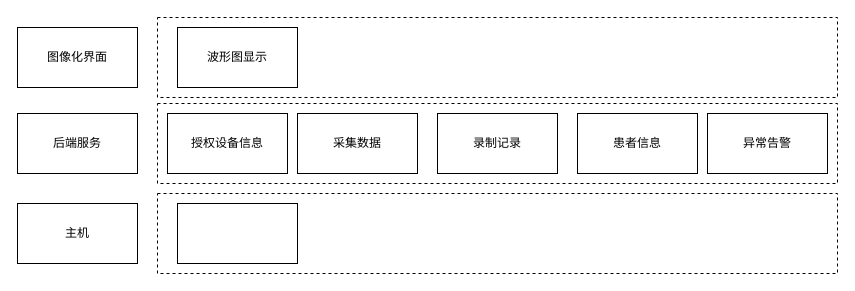
The draw.io diagram 概念设计-关键数据结构.drawio in yz360307/draw, before the edit. Source tidied: cells renumbered, new cells numbered last; positions are measured from the earlier drawing's top-left corner, leaving out a move shared by most shapes. Both pictures are drawn from the tidied source at 100%, with x=0, y=0 at pixel (17, 17).
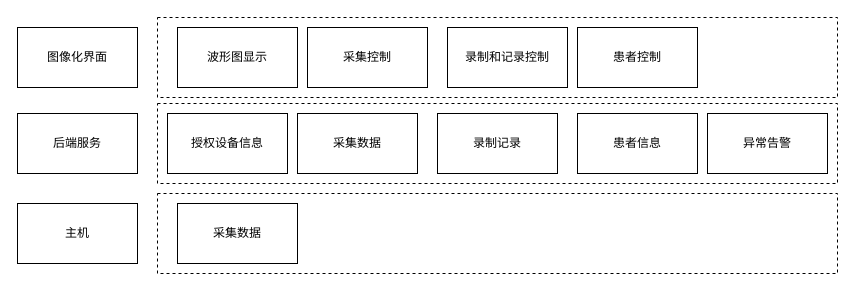
The same diagram, later.

Commit message (it also covers changes not shown here):
更新概念设计-关键数据结构.drawio

Diff of the diagram source:
```diff
@@
 <mxGraphModel>
   <root>
     <mxCell id="0" />
     <mxCell id="1" parent="0" />
     <mxCell id="2" style="rounded=0;whiteSpace=wrap;html=1;dashed=1;" parent="1" vertex="1">
       <mxGeometry x="140" y="86" width="680" height="80" as="geometry" />
     </mxCell>
     <mxCell id="3" style="rounded=0;whiteSpace=wrap;html=1;dashed=1;" parent="1" vertex="1">
       <mxGeometry x="140" width="680" height="80" as="geometry" />
     </mxCell>
     <mxCell id="4" value="图像化界面" style="rounded=0;whiteSpace=wrap;html=1;" parent="1" vertex="1">
       <mxGeometry y="10" width="120" height="60" as="geometry" />
     </mxCell>
     <mxCell id="5" value="后端服务" style="rounded=0;whiteSpace=wrap;html=1;" parent="1" vertex="1">
       <mxGeometry y="96" width="120" height="60" as="geometry" />
     </mxCell>
     <mxCell id="6" value="主机" style="rounded=0;whiteSpace=wrap;html=1;" parent="1" vertex="1">
       <mxGeometry y="186" width="120" height="60" as="geometry" />
     </mxCell>
     <mxCell id="7" value="授权设备信息" style="rounded=0;whiteSpace=wrap;html=1;" parent="1" vertex="1">
       <mxGeometry x="150" y="96" width="120" height="60" as="geometry" />
     </mxCell>
     <mxCell id="8" value="采集数据" style="rounded=0;whiteSpace=wrap;html=1;" parent="1" vertex="1">
       <mxGeometry x="280" y="96" width="120" height="60" as="geometry" />
     </mxCell>
     <mxCell id="9" value="录制记录" style="rounded=0;whiteSpace=wrap;html=1;" parent="1" vertex="1">
       <mxGeometry x="420" y="96" width="120" height="60" as="geometry" />
     </mxCell>
     <mxCell id="10" value="患者信息" style="rounded=0;whiteSpace=wrap;html=1;" parent="1" vertex="1">
       <mxGeometry x="560" y="96" width="120" height="60" as="geometry" />
     </mxCell>
     <mxCell id="11" value="异常告警" style="rounded=0;whiteSpace=wrap;html=1;" parent="1" vertex="1">
       <mxGeometry x="690" y="96" width="120" height="60" as="geometry" />
     </mxCell>
     <mxCell id="12" value="波形图显示" style="rounded=0;whiteSpace=wrap;html=1;" parent="1" vertex="1">
       <mxGeometry x="160" y="10" width="120" height="60" as="geometry" />
     </mxCell>
     <mxCell id="13" style="rounded=0;whiteSpace=wrap;html=1;dashed=1;" parent="1" vertex="1">
       <mxGeometry x="140" y="176" width="680" height="80" as="geometry" />
     </mxCell>
-    <mxCell id="14" style="rounded=0;whiteSpace=wrap;html=1;" parent="1" vertex="1">
+    <mxCell id="14" value="采集数据" style="rounded=0;whiteSpace=wrap;html=1;" parent="1" vertex="1">
       <mxGeometry x="160" y="186" width="120" height="60" as="geometry" />
     </mxCell>
+    <mxCell id="15" value="采集控制" style="rounded=0;whiteSpace=wrap;html=1;" parent="1" vertex="1">
+      <mxGeometry x="290" y="10" width="120" height="60" as="geometry" />
+    </mxCell>
+    <mxCell id="16" value="录制和记录控制" style="rounded=0;whiteSpace=wrap;html=1;" parent="1" vertex="1">
+      <mxGeometry x="430" y="10" width="120" height="60" as="geometry" />
+    </mxCell>
+    <mxCell id="17" value="患者控制" style="rounded=0;whiteSpace=wrap;html=1;" parent="1" vertex="1">
+      <mxGeometry x="560" y="10" width="120" height="60" as="geometry" />
+    </mxCell>
   </root>
 </mxGraphModel>
```
